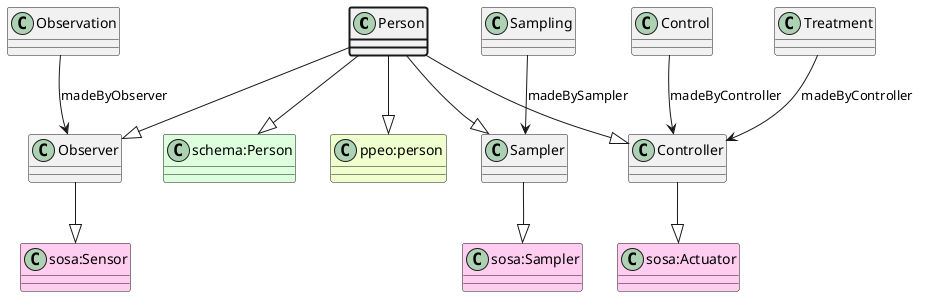
This is ttl_uml/ttl_appn_Person.png from aus-plant-phenomics-network/appn-schema, a PlantUML export, as it was before one commit.
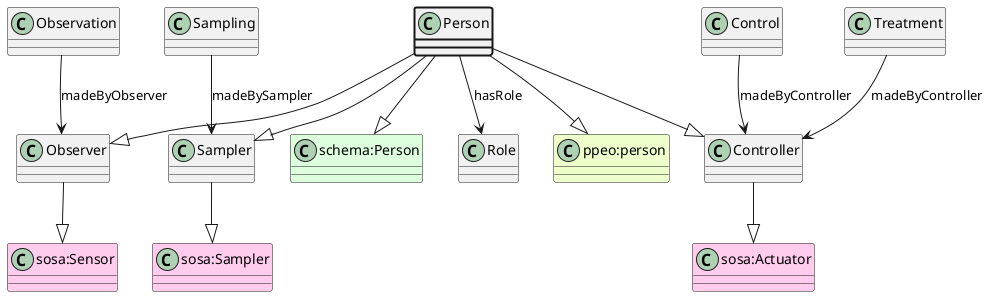
Later version of the same file.

What changed in the source:
```diff
@@ -16,6 +16,8 @@
 Person --|> Sampler
 class "schema:Person" #DDFFDD
 Person --|> "schema:Person"
+class Role
+Person --> Role : hasRole
 class Observation
 Observation --> Observer : madeByObserver
 class Control
```
